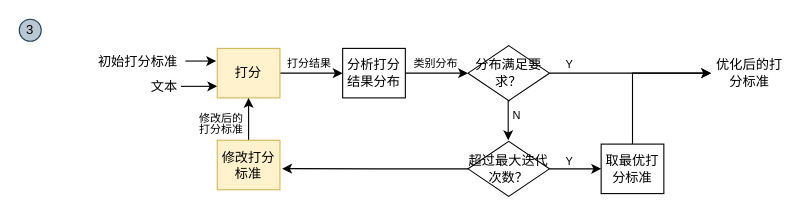
Above: 研究局多源异构.drawio in CindyZX/drawio_figures (draw.io), before the change. Source tidied: cells renumbered, new cells numbered last; positions are measured from the earlier drawing's top-left corner, leaving out a move shared by most shapes. Both pictures are drawn from the tidied source at 110%, with x=0, y=0 at pixel (19, 19).
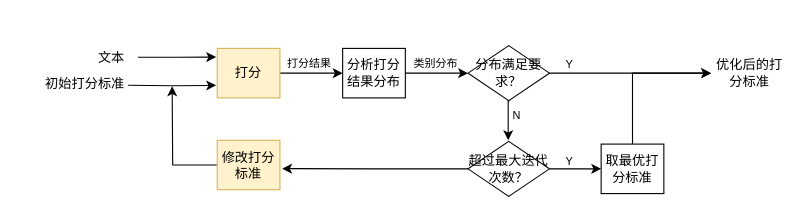
The same diagram, later.

Commit message (it also covers changes not shown here):
更新研究局多源异构.drawio

Unchanged cells that the change refers to:
```xml
<mxCell id="6" value="打分" style="rounded=0;whiteSpace=wrap;html=1;fillColor=#fff2cc;strokeColor=#d6b656;" parent="1" vertex="1">
  <mxGeometry x="180" y="26.5" width="57" height="45" as="geometry" />
</mxCell>
<mxCell id="14" value="修改打分标准" style="rounded=0;whiteSpace=wrap;html=1;fillColor=#fff2cc;strokeColor=#d6b656;" parent="1" vertex="1">
  <mxGeometry x="180" y="110" width="57" height="45" as="geometry" />
</mxCell>
```

What changed in the source:
```diff
@@
-    <mxCell id="2" value="3" style="ellipse;whiteSpace=wrap;html=1;fillColor=#bac8d3;strokeColor=#23445d;" parent="1" vertex="1">
-      <mxGeometry width="20" height="20" as="geometry" />
-    </mxCell>
-    <mxCell id="3" style="edgeStyle=orthogonalEdgeStyle;rounded=0;orthogonalLoop=1;jettySize=auto;html=1;exitX=1;exitY=0.5;exitDx=0;exitDy=0;entryX=0;entryY=0.5;entryDx=0;entryDy=0;" parent="1" edge="1">
-      <mxGeometry relative="1" as="geometry">
-        <mxPoint x="147" y="61" as="sourcePoint" />
-        <mxPoint x="180" y="61" as="targetPoint" />
-      </mxGeometry>
-    </mxCell>
+    <mxCell id="28" style="edgeStyle=orthogonalEdgeStyle;rounded=0;jettySize=auto;html=1;exitX=1;exitY=0.5;exitDx=0;exitDy=0;" parent="1" edge="1" source="4">
+      <mxGeometry relative="1" as="geometry">
+        <mxPoint x="179" y="34.4" as="targetPoint" />
+      </mxGeometry>
+    </mxCell>
     <mxCell id="4" value="文本" style="text;html=1;align=center;verticalAlign=middle;whiteSpace=wrap;rounded=0;" parent="1" vertex="1">
-      <mxGeometry x="108" y="47" width="48" height="30" as="geometry" />
+      <mxGeometry x="60" y="19.5" width="48" height="30" as="geometry" />
     </mxCell>
@@
-    <mxCell id="13" style="edgeStyle=orthogonalEdgeStyle;rounded=0;jettySize=auto;html=1;exitX=0.5;exitY=0;exitDx=0;exitDy=0;entryX=0.5;entryY=1;entryDx=0;entryDy=0;" parent="1" edge="1" source="14" target="6">
-      <mxGeometry relative="1" as="geometry" />
-    </mxCell>
+    <mxCell id="29" style="edgeStyle=orthogonalEdgeStyle;rounded=0;jettySize=auto;html=1;exitX=0;exitY=0.5;exitDx=0;exitDy=0;" parent="1" edge="1" source="14">
+      <mxGeometry relative="1" as="geometry">
+        <mxPoint x="139" y="61" as="targetPoint" />
+      </mxGeometry>
+    </mxCell>
@@
-    <mxCell id="19" value="&lt;p style=&quot;line-height: 100%; font-size: 10px;&quot;&gt;修改后的打分标准&lt;/p&gt;" style="text;html=1;align=center;verticalAlign=middle;whiteSpace=wrap;rounded=0;spacing=2;fontSize=10;" parent="1" vertex="1">
-      <mxGeometry x="162" y="90" width="44" height="10" as="geometry" />
-    </mxCell>
-    <mxCell id="20" style="edgeStyle=orthogonalEdgeStyle;rounded=0;jettySize=auto;html=1;exitX=1;exitY=0.5;exitDx=0;exitDy=0;" parent="1" edge="1" source="21">
-      <mxGeometry relative="1" as="geometry">
-        <mxPoint x="179" y="37.9" as="targetPoint" />
-      </mxGeometry>
-    </mxCell>
+    <mxCell id="30" style="edgeStyle=orthogonalEdgeStyle;rounded=0;orthogonalLoop=1;jettySize=auto;html=1;exitX=1;exitY=0.5;exitDx=0;exitDy=0;" parent="1" edge="1">
+      <mxGeometry relative="1" as="geometry">
+        <mxPoint x="99" y="60" as="sourcePoint" />
+        <mxPoint x="179" y="60.1" as="targetPoint" />
+      </mxGeometry>
+    </mxCell>
     <mxCell id="21" value="&lt;span style=&quot;color: rgb(0, 0, 0); font-family: Helvetica; font-size: 12px; font-style: normal; font-variant-ligatures: normal; font-variant-caps: normal; font-weight: 400; letter-spacing: normal; orphans: 2; text-align: center; text-indent: 0px; text-transform: none; widows: 2; word-spacing: 0px; -webkit-text-stroke-width: 0px; white-space: normal; background-color: rgb(255, 255, 255); text-decoration-thickness: initial; text-decoration-style: initial; text-decoration-color: initial; display: inline !important; float: none;&quot;&gt;初始打分标准&lt;/span&gt;" style="text;whiteSpace=wrap;html=1;" parent="1" vertex="1">
-      <mxGeometry x="70.4" y="24.5" width="80.6" height="27" as="geometry" />
+      <mxGeometry x="22.4" y="44.5" width="80.6" height="27" as="geometry" />
     </mxCell>
```
